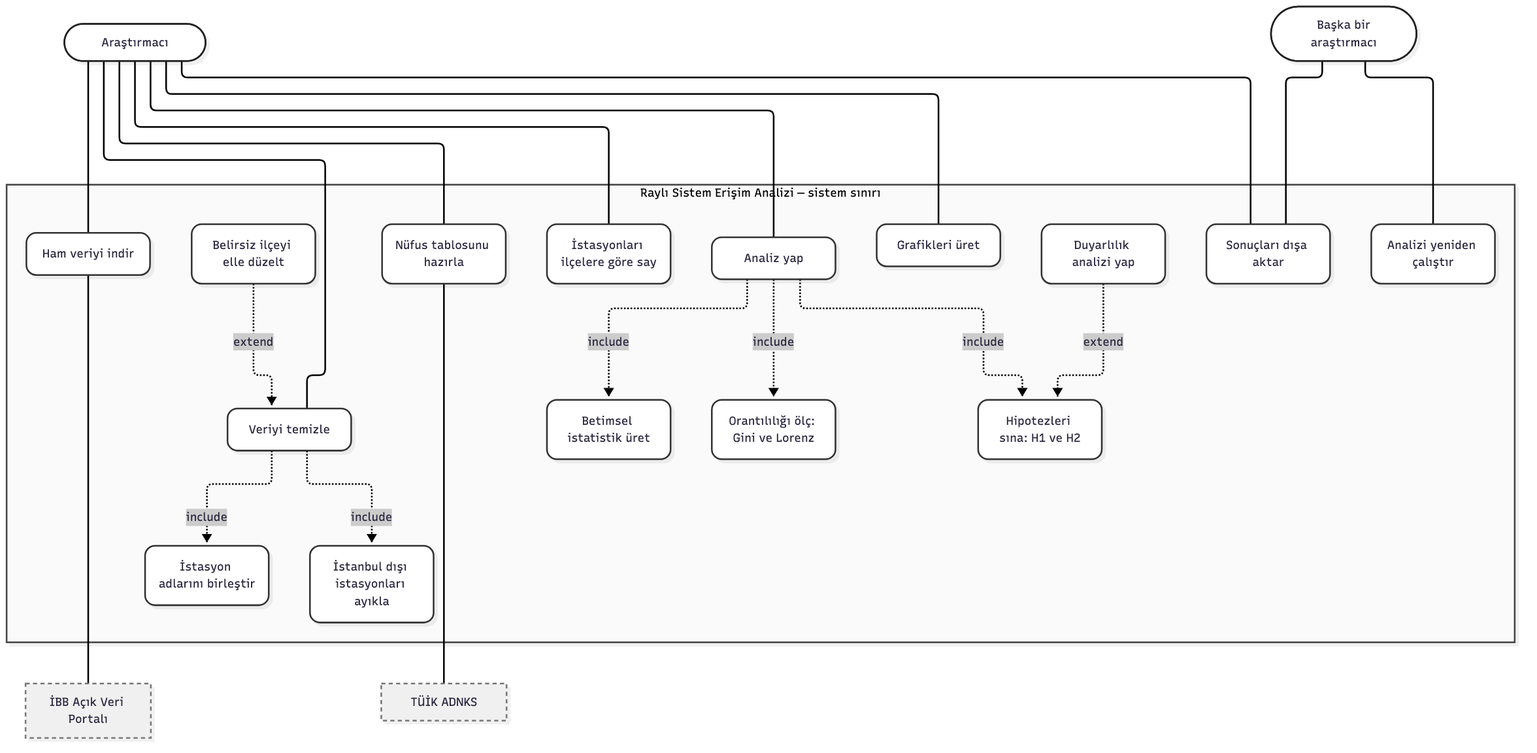
The Mermaid diagram uml/1_use_case.png in yunusyegen/istanbul-rayli-sistem-erisim, before a commit. Its source is kept beside it as uml/1_use_case.mmd.
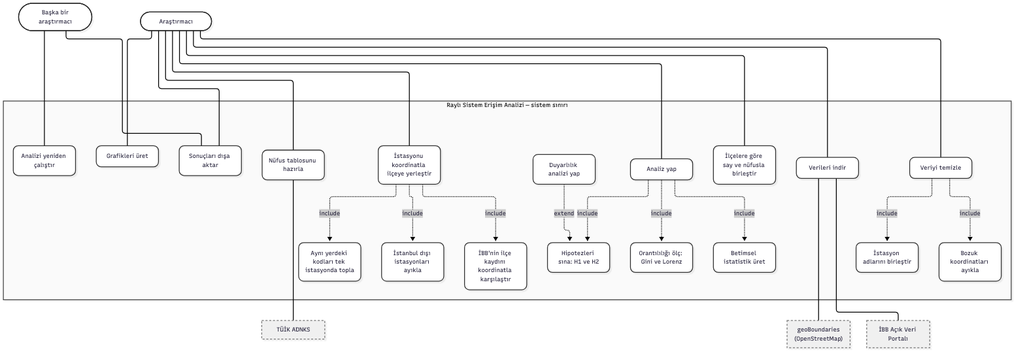
The same file after the commit.

Commit message:
UML diyagramları yeni analiz akışına göre güncellendi

Diff of the diagram source:
```diff
@@ -4,27 +4,32 @@
 
     subgraph SIS["Raylı Sistem Erişim Analizi — sistem sınırı"]
         direction TB
-        UC1("Ham veriyi indir")
+        UC1("Verileri indir")
         UC2("Nüfus tablosunu hazırla")
         UC3("Veriyi temizle")
-        UC4("İstasyonları ilçelere göre say")
-        UC5("Analiz yap")
-        UC6("Grafikleri üret")
-        UC7("Sonuçları dışa aktar")
-        UC8("Analizi yeniden çalıştır")
+        UC4("İstasyonu koordinatla ilçeye yerleştir")
+        UC5("İlçelere göre say ve nüfusla birleştir")
+        UC6("Analiz yap")
+        UC7("Grafikleri üret")
+        UC8("Sonuçları dışa aktar")
+        UC9("Analizi yeniden çalıştır")
 
         UC3a("İstasyon adlarını birleştir")
-        UC3b("İstanbul dışı istasyonları ayıkla")
-        UC3c("Belirsiz ilçeyi elle düzelt")
+        UC3b("Bozuk koordinatları ayıkla")
 
-        UC5a("Betimsel istatistik üret")
-        UC5b("Orantılılığı ölç: Gini ve Lorenz")
-        UC5c("Hipotezleri sına: H1 ve H2")
-        UC5d("Duyarlılık analizi yap")
+        UC4a("Aynı yerdeki kodları tek istasyonda topla")
+        UC4b("İBB'nin ilçe kaydını koordinatla karşılaştır")
+        UC4c("İstanbul dışı istasyonları ayıkla")
+
+        UC6a("Betimsel istatistik üret")
+        UC6b("Orantılılığı ölç: Gini ve Lorenz")
+        UC6c("Hipotezleri sına: H1 ve H2")
+        UC6d("Duyarlılık analizi yap")
     end
 
     S1["İBB Açık Veri Portalı"]
     S2["TÜİK ADNKS"]
+    S3["geoBoundaries<br/>(OpenStreetMap)"]
 
     A1 --- UC1
     A1 --- UC2
@@ -33,25 +38,30 @@
     A1 --- UC5
     A1 --- UC6
     A1 --- UC7
+    A1 --- UC8
+    A2 --- UC9
     A2 --- UC8
-    A2 --- UC7
 
     UC1 --- S1
+    UC1 --- S3
     UC2 --- S2
 
     UC3 -. include .-> UC3a
     UC3 -. include .-> UC3b
-    UC3c -. extend .-> UC3
 
-    UC5 -. include .-> UC5a
-    UC5 -. include .-> UC5b
-    UC5 -. include .-> UC5c
-    UC5d -. extend .-> UC5c
+    UC4 -. include .-> UC4a
+    UC4 -. include .-> UC4b
+    UC4 -. include .-> UC4c
+
+    UC6 -. include .-> UC6a
+    UC6 -. include .-> UC6b
+    UC6 -. include .-> UC6c
+    UC6d -. extend .-> UC6c
 
     classDef aktor fill:#ffffff,stroke:#222,stroke-width:2px
     classDef dis fill:#f0f0f0,stroke:#777,stroke-dasharray:5 4
     classDef uc fill:#ffffff,stroke:#333
     class A1,A2 aktor
-    class S1,S2 dis
-    class UC1,UC2,UC3,UC4,UC5,UC6,UC7,UC8,UC3a,UC3b,UC3c,UC5a,UC5b,UC5c,UC5d uc
+    class S1,S2,S3 dis
+    class UC1,UC2,UC3,UC4,UC5,UC6,UC7,UC8,UC9,UC3a,UC3b,UC4a,UC4b,UC4c,UC6a,UC6b,UC6c,UC6d uc
     style SIS fill:#fafafa,stroke:#444,stroke-width:2px
```
